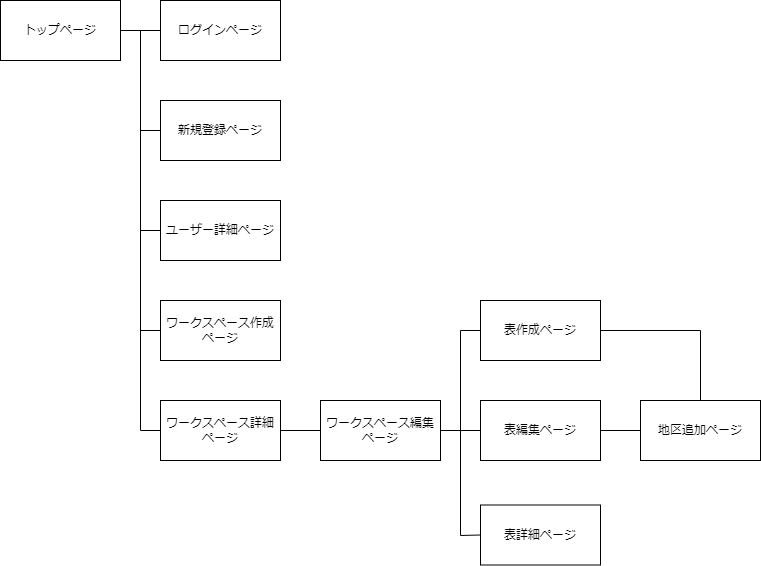
Ren-40424/sort-assist keeps this draw.io diagram as transition_diagram.drawio.png. Above is the earlier version. Source tidied: cells renumbered, new cells last; positions are measured from the earlier drawing's top-left corner, leaving out a move shared by most shapes. The source it was exported from:
```xml
<mxGraphModel>
  <root>
    <mxCell id="0" />
    <mxCell id="1" parent="0" />
    <mxCell id="2" value="トップページ" style="rounded=0;whiteSpace=wrap;html=1;" parent="1" vertex="1">
      <mxGeometry width="120" height="60" as="geometry" />
    </mxCell>
    <mxCell id="3" value="ログインページ" style="rounded=0;whiteSpace=wrap;html=1;" parent="1" vertex="1">
      <mxGeometry x="160" width="120" height="60" as="geometry" />
    </mxCell>
    <mxCell id="4" style="edgeStyle=none;html=1;exitX=0;exitY=0.5;exitDx=0;exitDy=0;endArrow=none;endFill=0;" parent="1" edge="1" source="5">
      <mxGeometry relative="1" as="geometry">
        <mxPoint x="140" y="130" as="targetPoint" />
      </mxGeometry>
    </mxCell>
    <mxCell id="5" value="新規登録ページ" style="rounded=0;whiteSpace=wrap;html=1;" parent="1" vertex="1">
      <mxGeometry x="160" y="100" width="120" height="60" as="geometry" />
    </mxCell>
    <mxCell id="6" style="edgeStyle=none;html=1;exitX=0;exitY=0.5;exitDx=0;exitDy=0;endArrow=none;endFill=0;" parent="1" edge="1" source="7">
      <mxGeometry relative="1" as="geometry">
        <mxPoint x="140" y="230" as="targetPoint" />
      </mxGeometry>
    </mxCell>
    <mxCell id="7" value="ユーザー詳細ページ" style="rounded=0;whiteSpace=wrap;html=1;" parent="1" vertex="1">
      <mxGeometry x="160" y="200" width="120" height="60" as="geometry" />
    </mxCell>
    <mxCell id="8" style="edgeStyle=none;html=1;exitX=0;exitY=0.5;exitDx=0;exitDy=0;endArrow=none;endFill=0;" parent="1" edge="1" source="9">
      <mxGeometry relative="1" as="geometry">
        <mxPoint x="140" y="330" as="targetPoint" />
      </mxGeometry>
    </mxCell>
    <mxCell id="9" value="ワークスペース作成ページ" style="rounded=0;whiteSpace=wrap;html=1;" parent="1" vertex="1">
      <mxGeometry x="160" y="300" width="120" height="60" as="geometry" />
    </mxCell>
    <mxCell id="10" style="edgeStyle=none;html=1;exitX=0;exitY=0.5;exitDx=0;exitDy=0;endArrow=none;endFill=0;" parent="1" edge="1" source="12">
      <mxGeometry relative="1" as="geometry">
        <mxPoint x="140" y="430" as="targetPoint" />
      </mxGeometry>
    </mxCell>
    <mxCell id="11" style="edgeStyle=none;html=1;exitX=1;exitY=0.5;exitDx=0;exitDy=0;entryX=0;entryY=0.5;entryDx=0;entryDy=0;endArrow=none;endFill=0;" parent="1" edge="1" source="12" target="16">
      <mxGeometry relative="1" as="geometry" />
    </mxCell>
    <mxCell id="12" value="ワークスペース詳細ページ" style="rounded=0;whiteSpace=wrap;html=1;" parent="1" vertex="1">
      <mxGeometry x="160" y="400" width="120" height="60" as="geometry" />
    </mxCell>
    <mxCell id="13" style="endArrow=none;html=1;exitX=1;exitY=0.5;exitDx=0;exitDy=0;entryX=0;entryY=0.5;entryDx=0;entryDy=0;" parent="1" edge="1" source="2" target="3">
      <mxGeometry relative="1" as="geometry" />
    </mxCell>
    <mxCell id="14" style="endArrow=none;html=1;" parent="1" edge="1">
      <mxGeometry relative="1" as="geometry">
        <mxPoint x="140" y="430" as="sourcePoint" />
        <mxPoint x="140" y="30" as="targetPoint" />
      </mxGeometry>
    </mxCell>
    <mxCell id="15" style="edgeStyle=none;html=1;exitX=1;exitY=0.5;exitDx=0;exitDy=0;entryX=0;entryY=0.5;entryDx=0;entryDy=0;endArrow=none;endFill=0;" parent="1" edge="1" source="16" target="23">
      <mxGeometry relative="1" as="geometry" />
    </mxCell>
    <mxCell id="16" value="ワークスペース編集ページ" style="rounded=0;whiteSpace=wrap;html=1;" parent="1" vertex="1">
      <mxGeometry x="320" y="400" width="120" height="60" as="geometry" />
    </mxCell>
    <mxCell id="17" style="edgeStyle=none;html=1;exitX=0;exitY=0.5;exitDx=0;exitDy=0;endArrow=none;endFill=0;" parent="1" edge="1" source="19">
      <mxGeometry relative="1" as="geometry">
        <mxPoint x="460" y="330" as="targetPoint" />
      </mxGeometry>
    </mxCell>
    <mxCell id="18" style="edgeStyle=none;html=1;exitX=1;exitY=0.5;exitDx=0;exitDy=0;entryX=0.5;entryY=0;entryDx=0;entryDy=0;endArrow=none;endFill=0;rounded=0;" parent="1" edge="1" source="19" target="25">
      <mxGeometry relative="1" as="geometry">
        <Array as="points">
          <mxPoint x="700" y="330" />
        </Array>
      </mxGeometry>
    </mxCell>
    <mxCell id="19" value="表作成ページ" style="rounded=0;whiteSpace=wrap;html=1;" parent="1" vertex="1">
      <mxGeometry x="480" y="300" width="120" height="60" as="geometry" />
    </mxCell>
    <mxCell id="20" style="edgeStyle=none;html=1;exitX=0;exitY=0.5;exitDx=0;exitDy=0;endArrow=none;endFill=0;" parent="1" edge="1" source="21">
      <mxGeometry relative="1" as="geometry">
        <mxPoint x="460" y="535" as="targetPoint" />
      </mxGeometry>
    </mxCell>
    <mxCell id="21" value="表詳細ページ" style="rounded=0;whiteSpace=wrap;html=1;" parent="1" vertex="1">
      <mxGeometry x="480" y="504.5" width="120" height="60" as="geometry" />
    </mxCell>
    <mxCell id="22" style="edgeStyle=none;rounded=0;html=1;exitX=1;exitY=0.5;exitDx=0;exitDy=0;entryX=0;entryY=0.5;entryDx=0;entryDy=0;endArrow=none;endFill=0;" parent="1" edge="1" source="23" target="25">
      <mxGeometry relative="1" as="geometry" />
    </mxCell>
    <mxCell id="23" value="表編集ページ" style="rounded=0;whiteSpace=wrap;html=1;" parent="1" vertex="1">
      <mxGeometry x="480" y="400" width="120" height="60" as="geometry" />
    </mxCell>
    <mxCell id="24" style="endArrow=none;html=1;" parent="1" edge="1">
      <mxGeometry relative="1" as="geometry">
        <mxPoint x="460" y="535" as="sourcePoint" />
        <mxPoint x="460" y="330" as="targetPoint" />
      </mxGeometry>
    </mxCell>
    <mxCell id="25" value="地区追加ページ" style="rounded=0;whiteSpace=wrap;html=1;" parent="1" vertex="1">
      <mxGeometry x="640" y="400" width="120" height="60" as="geometry" />
    </mxCell>
  </root>
</mxGraphModel>
```
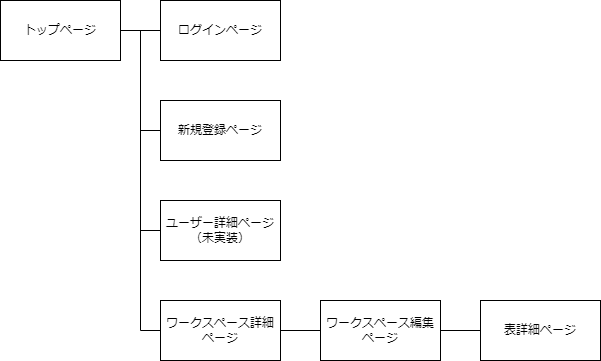
Later version of the same file.

Commit message:
画面遷移図の変更

What changed in the source:
```diff
@@ -3,98 +3,57 @@
     <mxCell id="0" />
     <mxCell id="1" parent="0" />
     <mxCell id="2" value="トップページ" style="rounded=0;whiteSpace=wrap;html=1;" parent="1" vertex="1">
-      <mxGeometry width="120" height="60" as="geometry" />
+      <mxGeometry x="80" y="130" width="120" height="60" as="geometry" />
     </mxCell>
     <mxCell id="3" value="ログインページ" style="rounded=0;whiteSpace=wrap;html=1;" parent="1" vertex="1">
-      <mxGeometry x="160" width="120" height="60" as="geometry" />
+      <mxGeometry x="240" y="130" width="120" height="60" as="geometry" />
     </mxCell>
-    <mxCell id="4" style="edgeStyle=none;html=1;exitX=0;exitY=0.5;exitDx=0;exitDy=0;endArrow=none;endFill=0;" parent="1" edge="1" source="5">
-      <mxGeometry relative="1" as="geometry">
-        <mxPoint x="140" y="130" as="targetPoint" />
-      </mxGeometry>
-    </mxCell>
+    <mxCell id="26" style="edgeStyle=none;html=1;exitX=0;exitY=0.5;exitDx=0;exitDy=0;endArrow=none;endFill=0;" parent="1" edge="1" source="5">
+      <mxGeometry relative="1" as="geometry">
+        <mxPoint x="220" y="260" as="targetPoint" />
+      </mxGeometry>
+    </mxCell>
     <mxCell id="5" value="新規登録ページ" style="rounded=0;whiteSpace=wrap;html=1;" parent="1" vertex="1">
-      <mxGeometry x="160" y="100" width="120" height="60" as="geometry" />
+      <mxGeometry x="240" y="230" width="120" height="60" as="geometry" />
     </mxCell>
-    <mxCell id="6" style="edgeStyle=none;html=1;exitX=0;exitY=0.5;exitDx=0;exitDy=0;endArrow=none;endFill=0;" parent="1" edge="1" source="7">
-      <mxGeometry relative="1" as="geometry">
-        <mxPoint x="140" y="230" as="targetPoint" />
-      </mxGeometry>
-    </mxCell>
-    <mxCell id="7" value="ユーザー詳細ページ" style="rounded=0;whiteSpace=wrap;html=1;" parent="1" vertex="1">
-      <mxGeometry x="160" y="200" width="120" height="60" as="geometry" />
-    </mxCell>
-    <mxCell id="8" style="edgeStyle=none;html=1;exitX=0;exitY=0.5;exitDx=0;exitDy=0;endArrow=none;endFill=0;" parent="1" edge="1" source="9">
-      <mxGeometry relative="1" as="geometry">
-        <mxPoint x="140" y="330" as="targetPoint" />
-      </mxGeometry>
-    </mxCell>
-    <mxCell id="9" value="ワークスペース作成ページ" style="rounded=0;whiteSpace=wrap;html=1;" parent="1" vertex="1">
-      <mxGeometry x="160" y="300" width="120" height="60" as="geometry" />
-    </mxCell>
-    <mxCell id="10" style="edgeStyle=none;html=1;exitX=0;exitY=0.5;exitDx=0;exitDy=0;endArrow=none;endFill=0;" parent="1" edge="1" source="12">
-      <mxGeometry relative="1" as="geometry">
-        <mxPoint x="140" y="430" as="targetPoint" />
-      </mxGeometry>
-    </mxCell>
+    <mxCell id="27" style="edgeStyle=none;html=1;exitX=0;exitY=0.5;exitDx=0;exitDy=0;endArrow=none;endFill=0;" parent="1" edge="1" source="28">
+      <mxGeometry relative="1" as="geometry">
+        <mxPoint x="220" y="360" as="targetPoint" />
+      </mxGeometry>
+    </mxCell>
+    <mxCell id="28" value="ユーザー詳細ページ（未実装）" style="rounded=0;whiteSpace=wrap;html=1;" parent="1" vertex="1">
+      <mxGeometry x="240" y="330" width="120" height="60" as="geometry" />
+    </mxCell>
+    <mxCell id="29" style="edgeStyle=none;html=1;exitX=0;exitY=0.5;exitDx=0;exitDy=0;endArrow=none;endFill=0;" parent="1" edge="1" source="12">
+      <mxGeometry relative="1" as="geometry">
+        <mxPoint x="220" y="460" as="targetPoint" />
+      </mxGeometry>
+    </mxCell>
     <mxCell id="11" style="edgeStyle=none;html=1;exitX=1;exitY=0.5;exitDx=0;exitDy=0;entryX=0;entryY=0.5;entryDx=0;entryDy=0;endArrow=none;endFill=0;" parent="1" edge="1" source="12" target="16">
       <mxGeometry relative="1" as="geometry" />
     </mxCell>
     <mxCell id="12" value="ワークスペース詳細ページ" style="rounded=0;whiteSpace=wrap;html=1;" parent="1" vertex="1">
-      <mxGeometry x="160" y="400" width="120" height="60" as="geometry" />
+      <mxGeometry x="240" y="430" width="120" height="60" as="geometry" />
     </mxCell>
     <mxCell id="13" style="endArrow=none;html=1;exitX=1;exitY=0.5;exitDx=0;exitDy=0;entryX=0;entryY=0.5;entryDx=0;entryDy=0;" parent="1" edge="1" source="2" target="3">
       <mxGeometry relative="1" as="geometry" />
     </mxCell>
-    <mxCell id="14" style="endArrow=none;html=1;" parent="1" edge="1">
-      <mxGeometry relative="1" as="geometry">
-        <mxPoint x="140" y="430" as="sourcePoint" />
-        <mxPoint x="140" y="30" as="targetPoint" />
-      </mxGeometry>
-    </mxCell>
-    <mxCell id="15" style="edgeStyle=none;html=1;exitX=1;exitY=0.5;exitDx=0;exitDy=0;entryX=0;entryY=0.5;entryDx=0;entryDy=0;endArrow=none;endFill=0;" parent="1" edge="1" source="16" target="23">
-      <mxGeometry relative="1" as="geometry" />
-    </mxCell>
+    <mxCell id="30" style="endArrow=none;html=1;" parent="1" edge="1">
+      <mxGeometry relative="1" as="geometry">
+        <mxPoint x="220" y="460" as="sourcePoint" />
+        <mxPoint x="220" y="160" as="targetPoint" />
+      </mxGeometry>
+    </mxCell>
+    <mxCell id="31" style="edgeStyle=none;html=1;exitX=1;exitY=0.5;exitDx=0;exitDy=0;entryX=0;entryY=0.5;entryDx=0;entryDy=0;endArrow=none;endFill=0;" parent="1" edge="1" source="16">
+      <mxGeometry relative="1" as="geometry">
+        <mxPoint x="560" y="460" as="targetPoint" />
+      </mxGeometry>
+    </mxCell>
     <mxCell id="16" value="ワークスペース編集ページ" style="rounded=0;whiteSpace=wrap;html=1;" parent="1" vertex="1">
-      <mxGeometry x="320" y="400" width="120" height="60" as="geometry" />
+      <mxGeometry x="400" y="430" width="120" height="60" as="geometry" />
     </mxCell>
-    <mxCell id="17" style="edgeStyle=none;html=1;exitX=0;exitY=0.5;exitDx=0;exitDy=0;endArrow=none;endFill=0;" parent="1" edge="1" source="19">
-      <mxGeometry relative="1" as="geometry">
-        <mxPoint x="460" y="330" as="targetPoint" />
-      </mxGeometry>
-    </mxCell>
-    <mxCell id="18" style="edgeStyle=none;html=1;exitX=1;exitY=0.5;exitDx=0;exitDy=0;entryX=0.5;entryY=0;entryDx=0;entryDy=0;endArrow=none;endFill=0;rounded=0;" parent="1" edge="1" source="19" target="25">
-      <mxGeometry relative="1" as="geometry">
-        <Array as="points">
-          <mxPoint x="700" y="330" />
-        </Array>
-      </mxGeometry>
-    </mxCell>
-    <mxCell id="19" value="表作成ページ" style="rounded=0;whiteSpace=wrap;html=1;" parent="1" vertex="1">
-      <mxGeometry x="480" y="300" width="120" height="60" as="geometry" />
-    </mxCell>
-    <mxCell id="20" style="edgeStyle=none;html=1;exitX=0;exitY=0.5;exitDx=0;exitDy=0;endArrow=none;endFill=0;" parent="1" edge="1" source="21">
-      <mxGeometry relative="1" as="geometry">
-        <mxPoint x="460" y="535" as="targetPoint" />
-      </mxGeometry>
-    </mxCell>
     <mxCell id="21" value="表詳細ページ" style="rounded=0;whiteSpace=wrap;html=1;" parent="1" vertex="1">
-      <mxGeometry x="480" y="504.5" width="120" height="60" as="geometry" />
+      <mxGeometry x="560" y="430" width="120" height="60" as="geometry" />
     </mxCell>
-    <mxCell id="22" style="edgeStyle=none;rounded=0;html=1;exitX=1;exitY=0.5;exitDx=0;exitDy=0;entryX=0;entryY=0.5;entryDx=0;entryDy=0;endArrow=none;endFill=0;" parent="1" edge="1" source="23" target="25">
-      <mxGeometry relative="1" as="geometry" />
-    </mxCell>
-    <mxCell id="23" value="表編集ページ" style="rounded=0;whiteSpace=wrap;html=1;" parent="1" vertex="1">
-      <mxGeometry x="480" y="400" width="120" height="60" as="geometry" />
-    </mxCell>
-    <mxCell id="24" style="endArrow=none;html=1;" parent="1" edge="1">
-      <mxGeometry relative="1" as="geometry">
-        <mxPoint x="460" y="535" as="sourcePoint" />
-        <mxPoint x="460" y="330" as="targetPoint" />
-      </mxGeometry>
-    </mxCell>
-    <mxCell id="25" value="地区追加ページ" style="rounded=0;whiteSpace=wrap;html=1;" parent="1" vertex="1">
-      <mxGeometry x="640" y="400" width="120" height="60" as="geometry" />
-    </mxCell>
   </root>
 </mxGraphModel>
```
